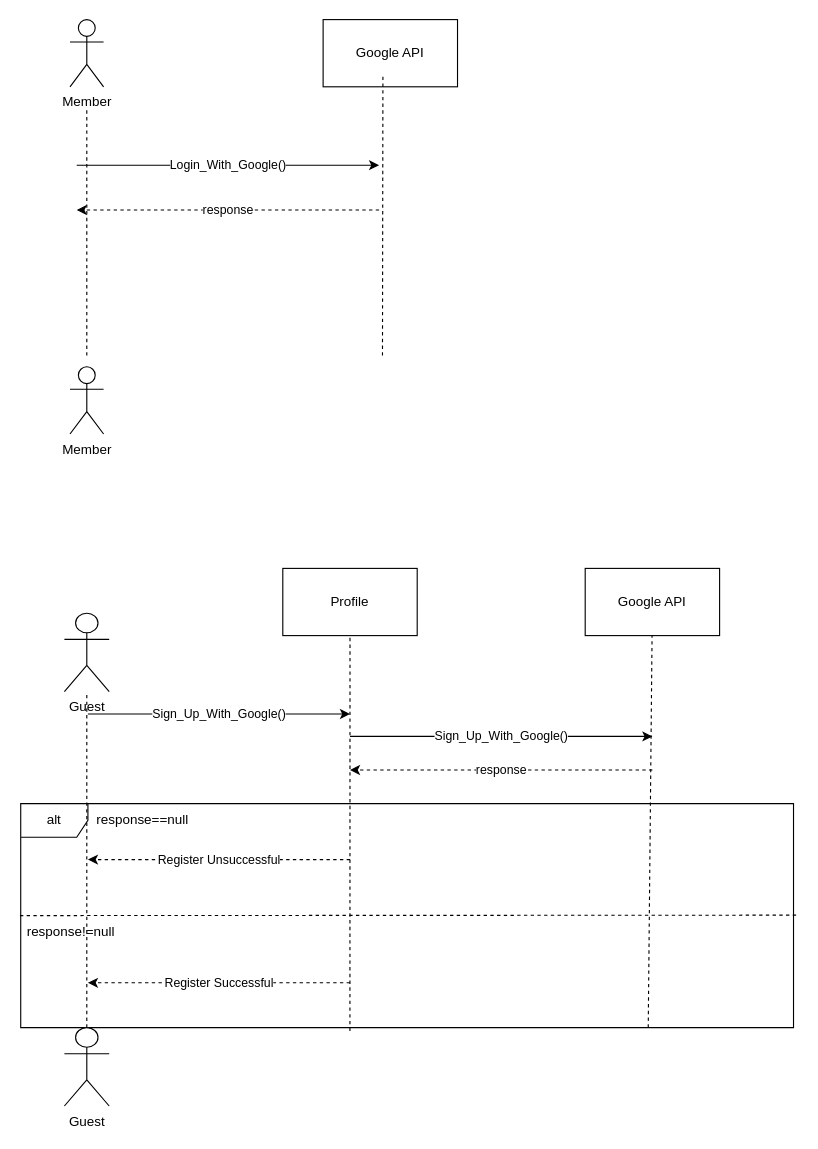
Above: page "Google Auth" (2 of 3) of resources/diagrams/sequence/authentication_sequence.drawio in bounswe/bounswe2023group4 (draw.io), before the change. Source tidied: cells renumbered, new cells numbered last; positions are measured from the earlier drawing's top-left corner, leaving out a move shared by most shapes. Both pictures are drawn from the tidied source at 112%, with x=0, y=0 at pixel (20, 19).
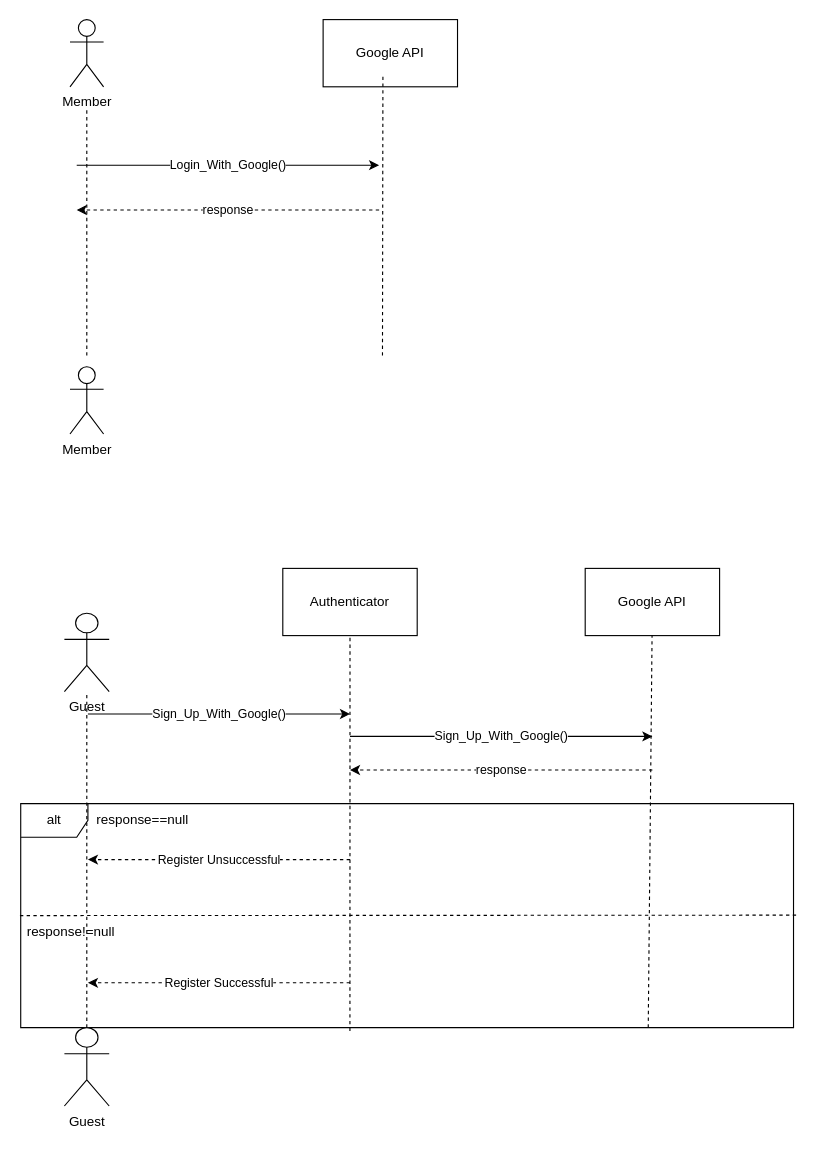
The same page after the edit.

Change to the diagram source:
```diff
@@
-    <mxCell id="8" value="Profile" style="rounded=0;whiteSpace=wrap;html=1;" parent="1" vertex="1">
+    <mxCell id="8" value="Authenticator" style="rounded=0;whiteSpace=wrap;html=1;" parent="1" vertex="1">
       <mxGeometry x="234" y="490" width="120" height="60" as="geometry" />
     </mxCell>
```
